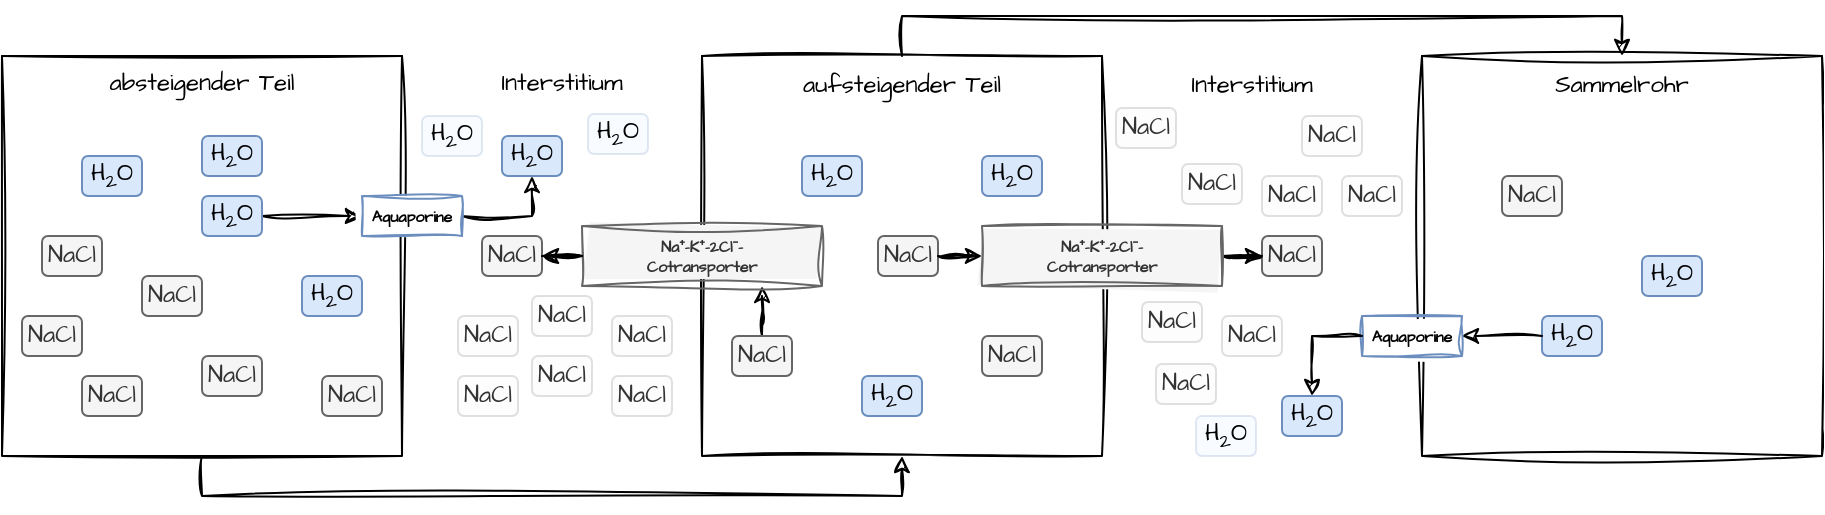
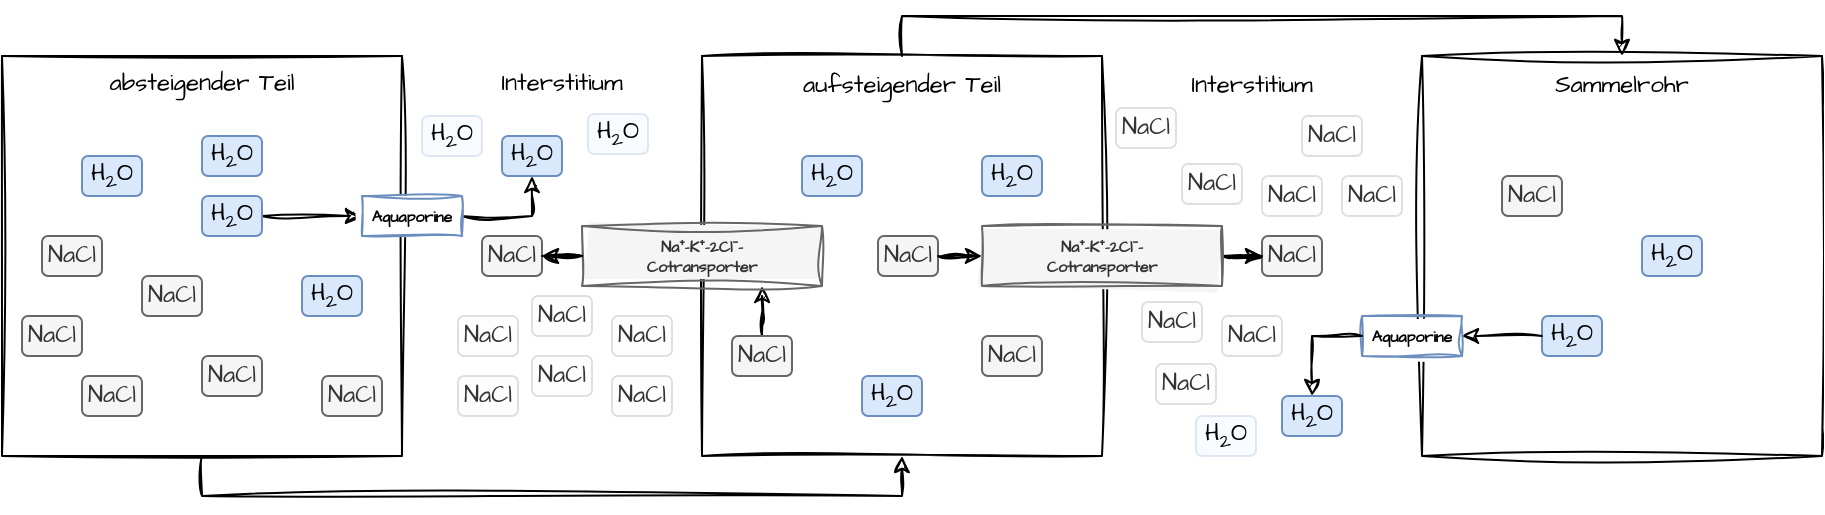
<mxfile host="app.diagrams.net">
  <diagram name="Seite-1" id="uxxyU3lvCbqGK9hLB9Hw">
    <mxGraphModel dx="699" dy="434" grid="1" gridSize="10" guides="1" tooltips="1" connect="1" arrows="1" fold="1" page="1" pageScale="1" pageWidth="1169" pageHeight="1169" math="0" shadow="0">
      <root>
        <mxCell id="0" />
        <mxCell id="1" parent="0" />
        <mxCell id="NigM1D6KVE96F5Tko4Gs-94" edge="1" parent="1" source="NigM1D6KVE96F5Tko4Gs-6" style="edgeStyle=orthogonalEdgeStyle;rounded=0;sketch=1;hachureGap=4;jiggle=2;curveFitting=1;orthogonalLoop=1;jettySize=auto;html=1;entryX=0.5;entryY=1;entryDx=0;entryDy=0;fontFamily=Architects Daughter;fontSource=https%3A%2F%2Ffonts.googleapis.com%2Fcss%3Ffamily%3DArchitects%2BDaughter;exitX=0.5;exitY=1;exitDx=0;exitDy=0;" target="NigM1D6KVE96F5Tko4Gs-12">
          <mxGeometry relative="1" as="geometry" />
        </mxCell>
        <mxCell id="NigM1D6KVE96F5Tko4Gs-6" parent="1" style="swimlane;startSize=0;sketch=1;hachureGap=4;jiggle=2;curveFitting=1;fontFamily=Architects Daughter;fontSource=https%3A%2F%2Ffonts.googleapis.com%2Fcss%3Ffamily%3DArchitects%2BDaughter;" value="" vertex="1">
          <mxGeometry height="200" width="200" x="270" y="130" as="geometry" />
        </mxCell>
        <mxCell id="NigM1D6KVE96F5Tko4Gs-14" parent="NigM1D6KVE96F5Tko4Gs-6" style="text;html=1;whiteSpace=wrap;strokeColor=none;fillColor=none;align=center;verticalAlign=top;rounded=0;fontFamily=Architects Daughter;fontSource=https://fonts.googleapis.com/css?family=Architects+Daughter;" value="absteigender Teil" vertex="1">
          <mxGeometry height="30" width="200" as="geometry" />
        </mxCell>
        <mxCell id="NigM1D6KVE96F5Tko4Gs-55" parent="NigM1D6KVE96F5Tko4Gs-6" style="rounded=1;whiteSpace=wrap;html=1;hachureGap=4;fontFamily=Architects Daughter;fontSource=https://fonts.googleapis.com/css?family=Architects+Daughter;fillColor=#f5f5f5;strokeColor=#666666;fontColor=#333333;" value="NaCl" vertex="1">
          <mxGeometry height="20" width="30" x="70" y="110" as="geometry" />
        </mxCell>
        <mxCell id="NigM1D6KVE96F5Tko4Gs-57" parent="NigM1D6KVE96F5Tko4Gs-6" style="rounded=1;whiteSpace=wrap;html=1;hachureGap=4;fontFamily=Architects Daughter;fontSource=https://fonts.googleapis.com/css?family=Architects+Daughter;fillColor=#f5f5f5;strokeColor=#666666;fontColor=#333333;" value="NaCl" vertex="1">
          <mxGeometry height="20" width="30" x="100" y="150" as="geometry" />
        </mxCell>
        <mxCell id="NigM1D6KVE96F5Tko4Gs-65" parent="NigM1D6KVE96F5Tko4Gs-6" style="rounded=1;whiteSpace=wrap;html=1;hachureGap=4;fontFamily=Architects Daughter;fontSource=https://fonts.googleapis.com/css?family=Architects+Daughter;fillColor=#dae8fc;strokeColor=#6c8ebf;" value="H&lt;sub&gt;2&lt;/sub&gt;O" vertex="1">
          <mxGeometry height="20" width="30" x="150" y="110" as="geometry" />
        </mxCell>
        <mxCell id="NigM1D6KVE96F5Tko4Gs-72" parent="NigM1D6KVE96F5Tko4Gs-6" style="rounded=1;whiteSpace=wrap;html=1;hachureGap=4;fontFamily=Architects Daughter;fontSource=https://fonts.googleapis.com/css?family=Architects+Daughter;fillColor=#f5f5f5;strokeColor=#666666;fontColor=#333333;" value="NaCl" vertex="1">
          <mxGeometry height="20" width="30" x="10" y="130" as="geometry" />
        </mxCell>
        <mxCell id="NigM1D6KVE96F5Tko4Gs-69" parent="NigM1D6KVE96F5Tko4Gs-6" style="rounded=1;whiteSpace=wrap;html=1;hachureGap=4;fontFamily=Architects Daughter;fontSource=https://fonts.googleapis.com/css?family=Architects+Daughter;fillColor=#f5f5f5;strokeColor=#666666;fontColor=#333333;" value="NaCl" vertex="1">
          <mxGeometry height="20" width="30" x="20" y="90" as="geometry" />
        </mxCell>
        <mxCell id="NigM1D6KVE96F5Tko4Gs-12" parent="1" style="swimlane;startSize=0;sketch=1;hachureGap=4;jiggle=2;curveFitting=1;fontFamily=Architects Daughter;fontSource=https://fonts.googleapis.com/css?family=Architects+Daughter;labelBackgroundColor=default;" value="" vertex="1">
          <mxGeometry height="200" width="200" x="620" y="130" as="geometry" />
        </mxCell>
        <mxCell id="NigM1D6KVE96F5Tko4Gs-16" parent="NigM1D6KVE96F5Tko4Gs-12" style="text;html=1;whiteSpace=wrap;strokeColor=none;fillColor=none;align=center;verticalAlign=middle;rounded=0;fontFamily=Architects Daughter;fontSource=https://fonts.googleapis.com/css?family=Architects+Daughter;" value="aufsteigender Teil" vertex="1">
          <mxGeometry height="30" width="200" as="geometry" />
        </mxCell>
        <mxCell id="NigM1D6KVE96F5Tko4Gs-28" parent="NigM1D6KVE96F5Tko4Gs-12" style="rounded=1;whiteSpace=wrap;html=1;hachureGap=4;fontFamily=Architects Daughter;fontSource=https%3A%2F%2Ffonts.googleapis.com%2Fcss%3Ffamily%3DArchitects%2BDaughter;fillColor=#dae8fc;strokeColor=#6c8ebf;" value="H&lt;sub&gt;2&lt;/sub&gt;O" vertex="1">
          <mxGeometry height="20" width="30" x="50" y="50" as="geometry" />
        </mxCell>
        <mxCell id="NigM1D6KVE96F5Tko4Gs-29" parent="NigM1D6KVE96F5Tko4Gs-12" style="rounded=1;whiteSpace=wrap;html=1;hachureGap=4;fontFamily=Architects Daughter;fontSource=https://fonts.googleapis.com/css?family=Architects+Daughter;fillColor=#f5f5f5;strokeColor=#666666;fontColor=#333333;" value="NaCl" vertex="1">
          <mxGeometry height="20" width="30" x="88" y="90" as="geometry" />
        </mxCell>
        <mxCell id="NigM1D6KVE96F5Tko4Gs-35" edge="1" parent="NigM1D6KVE96F5Tko4Gs-12" source="NigM1D6KVE96F5Tko4Gs-31" style="edgeStyle=orthogonalEdgeStyle;rounded=0;sketch=1;hachureGap=4;jiggle=2;curveFitting=1;orthogonalLoop=1;jettySize=auto;html=1;entryX=0.75;entryY=1;entryDx=0;entryDy=0;fontFamily=Architects Daughter;fontSource=https%3A%2F%2Ffonts.googleapis.com%2Fcss%3Ffamily%3DArchitects%2BDaughter;" target="NigM1D6KVE96F5Tko4Gs-32">
          <mxGeometry relative="1" as="geometry" />
        </mxCell>
        <mxCell id="NigM1D6KVE96F5Tko4Gs-31" parent="NigM1D6KVE96F5Tko4Gs-12" style="rounded=1;whiteSpace=wrap;html=1;hachureGap=4;fontFamily=Architects Daughter;fontSource=https://fonts.googleapis.com/css?family=Architects+Daughter;fillColor=#f5f5f5;strokeColor=#666666;fontColor=#333333;" value="NaCl" vertex="1">
          <mxGeometry height="20" width="30" x="15" y="140" as="geometry" />
        </mxCell>
        <mxCell id="NigM1D6KVE96F5Tko4Gs-32" parent="NigM1D6KVE96F5Tko4Gs-12" style="whiteSpace=wrap;html=1;sketch=1;hachureGap=4;jiggle=2;curveFitting=1;fontFamily=Architects Daughter;fontSource=https%3A%2F%2Ffonts.googleapis.com%2Fcss%3Ffamily%3DArchitects%2BDaughter;fontSize=8;fontStyle=1;labelBackgroundColor=none;fillColor=#f5f5f5;fontColor=#333333;strokeColor=#666666;fillStyle=solid;" value="&lt;span&gt;Na⁺-K⁺-2Cl⁻-&lt;br&gt;Cotransporter&lt;/span&gt;" vertex="1">
          <mxGeometry height="30" width="120" x="-60" y="85" as="geometry" />
        </mxCell>
        <mxCell id="NigM1D6KVE96F5Tko4Gs-37" parent="NigM1D6KVE96F5Tko4Gs-12" style="rounded=1;whiteSpace=wrap;html=1;hachureGap=4;fontFamily=Architects Daughter;fontSource=https://fonts.googleapis.com/css?family=Architects+Daughter;fillColor=#dae8fc;strokeColor=#6c8ebf;" value="H&lt;sub&gt;2&lt;/sub&gt;O" vertex="1">
          <mxGeometry height="20" width="30" x="80" y="160" as="geometry" />
        </mxCell>
        <mxCell id="NigM1D6KVE96F5Tko4Gs-36" parent="NigM1D6KVE96F5Tko4Gs-12" style="rounded=1;whiteSpace=wrap;html=1;hachureGap=4;fontFamily=Architects Daughter;fontSource=https://fonts.googleapis.com/css?family=Architects+Daughter;fillColor=#dae8fc;strokeColor=#6c8ebf;" value="H&lt;sub&gt;2&lt;/sub&gt;O" vertex="1">
          <mxGeometry height="20" width="30" x="140" y="50" as="geometry" />
        </mxCell>
        <mxCell id="NigM1D6KVE96F5Tko4Gs-92" parent="NigM1D6KVE96F5Tko4Gs-12" style="rounded=1;whiteSpace=wrap;html=1;hachureGap=4;fontFamily=Architects Daughter;fontSource=https://fonts.googleapis.com/css?family=Architects+Daughter;fillColor=#f5f5f5;strokeColor=#666666;fontColor=#333333;" value="NaCl" vertex="1">
          <mxGeometry height="20" width="30" x="140" y="140" as="geometry" />
        </mxCell>
        <mxCell id="NigM1D6KVE96F5Tko4Gs-17" parent="1" style="swimlane;startSize=0;sketch=1;hachureGap=4;jiggle=2;curveFitting=1;fontFamily=Architects Daughter;fontSource=https://fonts.googleapis.com/css?family=Architects+Daughter;labelBackgroundColor=default;" value="" vertex="1">
          <mxGeometry height="200" width="200" x="980" y="130" as="geometry" />
        </mxCell>
        <mxCell id="NigM1D6KVE96F5Tko4Gs-18" parent="NigM1D6KVE96F5Tko4Gs-17" style="text;html=1;whiteSpace=wrap;strokeColor=none;fillColor=none;align=center;verticalAlign=middle;rounded=0;fontFamily=Architects Daughter;fontSource=https://fonts.googleapis.com/css?family=Architects+Daughter;" value="Sammelrohr" vertex="1">
          <mxGeometry height="30" width="200" as="geometry" />
        </mxCell>
        <mxCell id="NigM1D6KVE96F5Tko4Gs-67" parent="NigM1D6KVE96F5Tko4Gs-17" style="whiteSpace=wrap;html=1;sketch=1;hachureGap=4;jiggle=2;curveFitting=1;fontFamily=Architects Daughter;fontSource=https://fonts.googleapis.com/css?family=Architects+Daughter;fontSize=8;fontStyle=1;fillColor=default;strokeColor=#6c8ebf;fillStyle=solid;" value="Aquaporine" vertex="1">
          <mxGeometry height="20" width="50" x="-30" y="130" as="geometry" />
        </mxCell>
        <mxCell id="NigM1D6KVE96F5Tko4Gs-91" parent="NigM1D6KVE96F5Tko4Gs-17" style="rounded=1;whiteSpace=wrap;html=1;hachureGap=4;fontFamily=Architects Daughter;fontSource=https://fonts.googleapis.com/css?family=Architects+Daughter;fillColor=#f5f5f5;strokeColor=#666666;fontColor=#333333;" value="NaCl" vertex="1">
          <mxGeometry height="20" width="30" x="40" y="60" as="geometry" />
        </mxCell>
        <mxCell id="NigM1D6KVE96F5Tko4Gs-68" parent="NigM1D6KVE96F5Tko4Gs-17" style="rounded=1;whiteSpace=wrap;html=1;hachureGap=4;fontFamily=Architects Daughter;fontSource=https://fonts.googleapis.com/css?family=Architects+Daughter;fillColor=#dae8fc;strokeColor=#6c8ebf;" value="H&lt;sub&gt;2&lt;/sub&gt;O" vertex="1">
          <mxGeometry height="20" width="30" x="60" y="130" as="geometry" />
        </mxCell>
        <mxCell id="NigM1D6KVE96F5Tko4Gs-87" edge="1" parent="NigM1D6KVE96F5Tko4Gs-17" source="NigM1D6KVE96F5Tko4Gs-68" style="edgeStyle=orthogonalEdgeStyle;rounded=0;sketch=1;hachureGap=4;jiggle=2;curveFitting=1;orthogonalLoop=1;jettySize=auto;html=1;entryX=1;entryY=0.5;entryDx=0;entryDy=0;fontFamily=Architects Daughter;fontSource=https%3A%2F%2Ffonts.googleapis.com%2Fcss%3Ffamily%3DArchitects%2BDaughter;" target="NigM1D6KVE96F5Tko4Gs-67">
          <mxGeometry relative="1" as="geometry" />
        </mxCell>
        <mxCell id="NigM1D6KVE96F5Tko4Gs-95" parent="NigM1D6KVE96F5Tko4Gs-17" style="rounded=1;whiteSpace=wrap;html=1;hachureGap=4;fontFamily=Architects Daughter;fontSource=https://fonts.googleapis.com/css?family=Architects+Daughter;fillColor=#dae8fc;strokeColor=#6c8ebf;" value="H&lt;sub&gt;2&lt;/sub&gt;O" vertex="1">
-           <mxGeometry height="20" width="30" x="110" y="100" as="geometry" />
+           <mxGeometry height="20" width="30" x="110" y="90" as="geometry" />
        </mxCell>
        <mxCell id="NigM1D6KVE96F5Tko4Gs-24" edge="1" parent="1" source="NigM1D6KVE96F5Tko4Gs-16" style="edgeStyle=orthogonalEdgeStyle;rounded=0;sketch=1;hachureGap=4;jiggle=2;curveFitting=1;orthogonalLoop=1;jettySize=auto;html=1;entryX=0.5;entryY=0;entryDx=0;entryDy=0;fontFamily=Architects Daughter;fontSource=https%3A%2F%2Ffonts.googleapis.com%2Fcss%3Ffamily%3DArchitects%2BDaughter;exitX=0.5;exitY=0;exitDx=0;exitDy=0;" target="NigM1D6KVE96F5Tko4Gs-17">
          <mxGeometry relative="1" as="geometry" />
        </mxCell>
        <mxCell id="NigM1D6KVE96F5Tko4Gs-38" parent="1" style="rounded=1;whiteSpace=wrap;html=1;hachureGap=4;fontFamily=Architects Daughter;fontSource=https://fonts.googleapis.com/css?family=Architects+Daughter;fillColor=#f5f5f5;strokeColor=#666666;fontColor=#333333;opacity=20;" value="NaCl" vertex="1">
          <mxGeometry height="20" width="30" x="535" y="280" as="geometry" />
        </mxCell>
        <mxCell id="NigM1D6KVE96F5Tko4Gs-39" parent="1" style="rounded=1;whiteSpace=wrap;html=1;hachureGap=4;fontFamily=Architects Daughter;fontSource=https://fonts.googleapis.com/css?family=Architects+Daughter;fillColor=#f5f5f5;strokeColor=#666666;fontColor=#333333;" value="NaCl" vertex="1">
          <mxGeometry height="20" width="30" x="510" y="220" as="geometry" />
        </mxCell>
        <mxCell id="NigM1D6KVE96F5Tko4Gs-40" parent="1" style="rounded=1;whiteSpace=wrap;html=1;hachureGap=4;fontFamily=Architects Daughter;fontSource=https://fonts.googleapis.com/css?family=Architects+Daughter;fillColor=#f5f5f5;strokeColor=#666666;fontColor=#333333;opacity=20;" value="NaCl" vertex="1">
          <mxGeometry height="20" width="30" x="575" y="260" as="geometry" />
        </mxCell>
        <mxCell id="NigM1D6KVE96F5Tko4Gs-41" parent="1" style="rounded=1;whiteSpace=wrap;html=1;hachureGap=4;fontFamily=Architects Daughter;fontSource=https://fonts.googleapis.com/css?family=Architects+Daughter;fillColor=#f5f5f5;strokeColor=#666666;fontColor=#333333;opacity=20;" value="NaCl" vertex="1">
          <mxGeometry height="20" width="30" x="535" y="250" as="geometry" />
        </mxCell>
        <mxCell id="NigM1D6KVE96F5Tko4Gs-42" edge="1" parent="1" source="NigM1D6KVE96F5Tko4Gs-32" style="edgeStyle=orthogonalEdgeStyle;rounded=0;sketch=1;hachureGap=4;jiggle=2;curveFitting=1;orthogonalLoop=1;jettySize=auto;html=1;entryX=1;entryY=0.5;entryDx=0;entryDy=0;fontFamily=Architects Daughter;fontSource=https%3A%2F%2Ffonts.googleapis.com%2Fcss%3Ffamily%3DArchitects%2BDaughter;" target="NigM1D6KVE96F5Tko4Gs-39">
          <mxGeometry relative="1" as="geometry" />
        </mxCell>
        <mxCell id="NigM1D6KVE96F5Tko4Gs-47" parent="1" style="rounded=1;whiteSpace=wrap;html=1;hachureGap=4;fontFamily=Architects Daughter;fontSource=https://fonts.googleapis.com/css?family=Architects+Daughter;fillColor=#f5f5f5;strokeColor=#666666;fontColor=#333333;" value="NaCl" vertex="1">
          <mxGeometry height="20" width="30" x="900" y="220" as="geometry" />
        </mxCell>
        <mxCell id="NigM1D6KVE96F5Tko4Gs-48" parent="1" style="rounded=1;whiteSpace=wrap;html=1;hachureGap=4;fontFamily=Architects Daughter;fontSource=https://fonts.googleapis.com/css?family=Architects+Daughter;fillColor=#f5f5f5;strokeColor=#666666;fontColor=#333333;opacity=20;" value="NaCl" vertex="1">
          <mxGeometry height="20" width="30" x="920" y="160" as="geometry" />
        </mxCell>
        <mxCell id="NigM1D6KVE96F5Tko4Gs-49" parent="1" style="rounded=1;whiteSpace=wrap;html=1;hachureGap=4;fontFamily=Architects Daughter;fontSource=https://fonts.googleapis.com/css?family=Architects+Daughter;fillColor=#f5f5f5;strokeColor=#666666;fontColor=#333333;opacity=20;" value="NaCl" vertex="1">
          <mxGeometry height="20" width="30" x="880" y="260" as="geometry" />
        </mxCell>
        <mxCell id="NigM1D6KVE96F5Tko4Gs-50" parent="1" style="rounded=1;whiteSpace=wrap;html=1;hachureGap=4;fontFamily=Architects Daughter;fontSource=https://fonts.googleapis.com/css?family=Architects+Daughter;fillColor=#f5f5f5;strokeColor=#666666;fontColor=#333333;opacity=20;" value="&lt;div&gt;NaCl&lt;/div&gt;" vertex="1">
          <mxGeometry height="20" width="30" x="860" y="184" as="geometry" />
        </mxCell>
        <mxCell id="NigM1D6KVE96F5Tko4Gs-51" edge="1" parent="1" source="NigM1D6KVE96F5Tko4Gs-44" style="edgeStyle=orthogonalEdgeStyle;rounded=0;sketch=1;hachureGap=4;jiggle=2;curveFitting=1;orthogonalLoop=1;jettySize=auto;html=1;entryX=0;entryY=0.5;entryDx=0;entryDy=0;fontFamily=Architects Daughter;fontSource=https%3A%2F%2Ffonts.googleapis.com%2Fcss%3Ffamily%3DArchitects%2BDaughter;" target="NigM1D6KVE96F5Tko4Gs-47">
          <mxGeometry relative="1" as="geometry" />
        </mxCell>
        <mxCell id="NigM1D6KVE96F5Tko4Gs-54" parent="1" style="rounded=1;whiteSpace=wrap;html=1;hachureGap=4;fontFamily=Architects Daughter;fontSource=https://fonts.googleapis.com/css?family=Architects+Daughter;fillColor=#dae8fc;strokeColor=#6c8ebf;" value="H&lt;sub&gt;2&lt;/sub&gt;O" vertex="1">
          <mxGeometry height="20" width="30" x="310" y="180" as="geometry" />
        </mxCell>
        <mxCell id="NigM1D6KVE96F5Tko4Gs-59" edge="1" parent="1" source="NigM1D6KVE96F5Tko4Gs-56" style="edgeStyle=orthogonalEdgeStyle;rounded=0;sketch=1;hachureGap=4;jiggle=2;curveFitting=1;orthogonalLoop=1;jettySize=auto;html=1;entryX=0;entryY=0.5;entryDx=0;entryDy=0;fontFamily=Architects Daughter;fontSource=https%3A%2F%2Ffonts.googleapis.com%2Fcss%3Ffamily%3DArchitects%2BDaughter;" target="NigM1D6KVE96F5Tko4Gs-53">
          <mxGeometry relative="1" as="geometry" />
        </mxCell>
        <mxCell id="NigM1D6KVE96F5Tko4Gs-56" parent="1" style="rounded=1;whiteSpace=wrap;html=1;hachureGap=4;fontFamily=Architects Daughter;fontSource=https://fonts.googleapis.com/css?family=Architects+Daughter;fillColor=#dae8fc;strokeColor=#6c8ebf;" value="H&lt;sub&gt;2&lt;/sub&gt;O" vertex="1">
          <mxGeometry height="20" width="30" x="370" y="200" as="geometry" />
        </mxCell>
        <mxCell id="NigM1D6KVE96F5Tko4Gs-60" parent="1" style="rounded=1;whiteSpace=wrap;html=1;hachureGap=4;fontFamily=Architects Daughter;fontSource=https://fonts.googleapis.com/css?family=Architects+Daughter;fillColor=#dae8fc;strokeColor=#6c8ebf;" value="H&lt;sub&gt;2&lt;/sub&gt;O" vertex="1">
          <mxGeometry height="20" width="30" x="520" y="170" as="geometry" />
        </mxCell>
        <mxCell id="NigM1D6KVE96F5Tko4Gs-61" edge="1" parent="1" source="NigM1D6KVE96F5Tko4Gs-53" style="edgeStyle=orthogonalEdgeStyle;rounded=0;sketch=1;hachureGap=4;jiggle=2;curveFitting=1;orthogonalLoop=1;jettySize=auto;html=1;entryX=0.5;entryY=1;entryDx=0;entryDy=0;fontFamily=Architects Daughter;fontSource=https%3A%2F%2Ffonts.googleapis.com%2Fcss%3Ffamily%3DArchitects%2BDaughter;" target="NigM1D6KVE96F5Tko4Gs-60">
          <mxGeometry relative="1" as="geometry" />
        </mxCell>
        <mxCell id="NigM1D6KVE96F5Tko4Gs-62" parent="1" style="rounded=1;whiteSpace=wrap;html=1;hachureGap=4;fontFamily=Architects Daughter;fontSource=https://fonts.googleapis.com/css?family=Architects+Daughter;fillColor=#dae8fc;strokeColor=#6c8ebf;opacity=20;" value="H&lt;sub&gt;2&lt;/sub&gt;O" vertex="1">
          <mxGeometry height="20" width="30" x="563" y="159" as="geometry" />
        </mxCell>
        <mxCell id="NigM1D6KVE96F5Tko4Gs-63" parent="1" style="rounded=1;whiteSpace=wrap;html=1;hachureGap=4;fontFamily=Architects Daughter;fontSource=https://fonts.googleapis.com/css?family=Architects+Daughter;fillColor=#dae8fc;strokeColor=#6c8ebf;opacity=20;" value="H&lt;sub&gt;2&lt;/sub&gt;O" vertex="1">
          <mxGeometry height="20" width="30" x="480" y="160" as="geometry" />
        </mxCell>
        <mxCell id="NigM1D6KVE96F5Tko4Gs-64" parent="1" style="rounded=1;whiteSpace=wrap;html=1;hachureGap=4;fontFamily=Architects Daughter;fontSource=https://fonts.googleapis.com/css?family=Architects+Daughter;fillColor=#dae8fc;strokeColor=#6c8ebf;" value="H&lt;sub&gt;2&lt;/sub&gt;O" vertex="1">
          <mxGeometry height="20" width="30" x="370" y="170" as="geometry" />
        </mxCell>
        <mxCell id="NigM1D6KVE96F5Tko4Gs-70" parent="1" style="rounded=1;whiteSpace=wrap;html=1;hachureGap=4;fontFamily=Architects Daughter;fontSource=https://fonts.googleapis.com/css?family=Architects+Daughter;fillColor=#f5f5f5;strokeColor=#666666;fontColor=#333333;" value="NaCl" vertex="1">
          <mxGeometry height="20" width="30" x="310" y="290" as="geometry" />
        </mxCell>
        <mxCell id="NigM1D6KVE96F5Tko4Gs-71" parent="1" style="rounded=1;whiteSpace=wrap;html=1;hachureGap=4;fontFamily=Architects Daughter;fontSource=https://fonts.googleapis.com/css?family=Architects+Daughter;fillColor=#f5f5f5;strokeColor=#666666;fontColor=#333333;" value="NaCl" vertex="1">
          <mxGeometry height="20" width="30" x="430" y="290" as="geometry" />
        </mxCell>
        <mxCell id="NigM1D6KVE96F5Tko4Gs-53" parent="1" style="whiteSpace=wrap;html=1;sketch=1;hachureGap=4;jiggle=2;curveFitting=1;fontFamily=Architects Daughter;fontSource=https://fonts.googleapis.com/css?family=Architects+Daughter;fontSize=8;fontStyle=1;fillColor=default;strokeColor=#6c8ebf;fillStyle=solid;" value="Aquaporine" vertex="1">
          <mxGeometry height="20" width="50" x="450" y="200" as="geometry" />
        </mxCell>
        <mxCell id="NigM1D6KVE96F5Tko4Gs-89" parent="1" style="rounded=1;whiteSpace=wrap;html=1;hachureGap=4;fontFamily=Architects Daughter;fontSource=https://fonts.googleapis.com/css?family=Architects+Daughter;fillColor=#dae8fc;strokeColor=#6c8ebf;" value="H&lt;sub&gt;2&lt;/sub&gt;O" vertex="1">
          <mxGeometry height="20" width="30" x="910" y="300" as="geometry" />
        </mxCell>
        <mxCell id="NigM1D6KVE96F5Tko4Gs-90" edge="1" parent="1" source="NigM1D6KVE96F5Tko4Gs-67" style="edgeStyle=orthogonalEdgeStyle;rounded=0;sketch=1;hachureGap=4;jiggle=2;curveFitting=1;orthogonalLoop=1;jettySize=auto;html=1;fontFamily=Architects Daughter;fontSource=https%3A%2F%2Ffonts.googleapis.com%2Fcss%3Ffamily%3DArchitects%2BDaughter;" target="NigM1D6KVE96F5Tko4Gs-89">
          <mxGeometry relative="1" as="geometry" />
        </mxCell>
        <mxCell id="NigM1D6KVE96F5Tko4Gs-96" parent="1" style="rounded=1;whiteSpace=wrap;html=1;hachureGap=4;fontFamily=Architects Daughter;fontSource=https://fonts.googleapis.com/css?family=Architects+Daughter;fillColor=#f5f5f5;strokeColor=#666666;fontColor=#333333;opacity=20;" value="NaCl" vertex="1">
          <mxGeometry height="20" width="30" x="575" y="290" as="geometry" />
        </mxCell>
        <mxCell id="NigM1D6KVE96F5Tko4Gs-102" parent="1" style="rounded=1;whiteSpace=wrap;html=1;hachureGap=4;fontFamily=Architects Daughter;fontSource=https://fonts.googleapis.com/css?family=Architects+Daughter;fillColor=#f5f5f5;strokeColor=#666666;fontColor=#333333;opacity=20;" value="NaCl" vertex="1">
          <mxGeometry height="20" width="30" x="498" y="260" as="geometry" />
        </mxCell>
        <mxCell id="NigM1D6KVE96F5Tko4Gs-103" parent="1" style="rounded=1;whiteSpace=wrap;html=1;hachureGap=4;fontFamily=Architects Daughter;fontSource=https://fonts.googleapis.com/css?family=Architects+Daughter;fillColor=#f5f5f5;strokeColor=#666666;fontColor=#333333;opacity=20;" value="NaCl" vertex="1">
          <mxGeometry height="20" width="30" x="498" y="290" as="geometry" />
        </mxCell>
        <mxCell id="NigM1D6KVE96F5Tko4Gs-44" parent="1" style="whiteSpace=wrap;html=1;sketch=1;hachureGap=4;jiggle=2;curveFitting=1;fontFamily=Architects Daughter;fontSource=https://fonts.googleapis.com/css?family=Architects+Daughter;fontSize=8;fontStyle=1;fillColor=#f5f5f5;fontColor=#333333;strokeColor=#666666;fillStyle=solid;" value="Na⁺-K⁺-2Cl⁻-&lt;br&gt;Cotransporter" vertex="1">
          <mxGeometry height="30" width="120" x="760" y="215" as="geometry" />
        </mxCell>
        <mxCell id="NigM1D6KVE96F5Tko4Gs-46" edge="1" parent="1" source="NigM1D6KVE96F5Tko4Gs-29" style="edgeStyle=orthogonalEdgeStyle;rounded=0;sketch=1;hachureGap=4;jiggle=2;curveFitting=1;orthogonalLoop=1;jettySize=auto;html=1;fontFamily=Architects Daughter;fontSource=https%3A%2F%2Ffonts.googleapis.com%2Fcss%3Ffamily%3DArchitects%2BDaughter;" target="NigM1D6KVE96F5Tko4Gs-44">
          <mxGeometry relative="1" as="geometry" />
        </mxCell>
        <mxCell id="NigM1D6KVE96F5Tko4Gs-106" parent="1" style="rounded=1;whiteSpace=wrap;html=1;hachureGap=4;fontFamily=Architects Daughter;fontSource=https://fonts.googleapis.com/css?family=Architects+Daughter;fillColor=#f5f5f5;strokeColor=#666666;fontColor=#333333;opacity=20;" value="&lt;div&gt;NaCl&lt;/div&gt;" vertex="1">
          <mxGeometry height="20" width="30" x="940" y="190" as="geometry" />
        </mxCell>
        <mxCell id="NigM1D6KVE96F5Tko4Gs-107" parent="1" style="rounded=1;whiteSpace=wrap;html=1;hachureGap=4;fontFamily=Architects Daughter;fontSource=https://fonts.googleapis.com/css?family=Architects+Daughter;fillColor=#f5f5f5;strokeColor=#666666;fontColor=#333333;opacity=20;" value="&lt;div&gt;NaCl&lt;/div&gt;" vertex="1">
          <mxGeometry height="20" width="30" x="900" y="190" as="geometry" />
        </mxCell>
        <mxCell id="NigM1D6KVE96F5Tko4Gs-108" parent="1" style="rounded=1;whiteSpace=wrap;html=1;hachureGap=4;fontFamily=Architects Daughter;fontSource=https://fonts.googleapis.com/css?family=Architects+Daughter;fillColor=#f5f5f5;strokeColor=#666666;fontColor=#333333;opacity=20;" value="&lt;div&gt;NaCl&lt;/div&gt;" vertex="1">
          <mxGeometry height="20" width="30" x="827" y="156" as="geometry" />
        </mxCell>
        <mxCell id="NigM1D6KVE96F5Tko4Gs-109" parent="1" style="rounded=1;whiteSpace=wrap;html=1;hachureGap=4;fontFamily=Architects Daughter;fontSource=https://fonts.googleapis.com/css?family=Architects+Daughter;fillColor=#f5f5f5;strokeColor=#666666;fontColor=#333333;opacity=20;" value="&lt;div&gt;NaCl&lt;/div&gt;" vertex="1">
          <mxGeometry height="20" width="30" x="840" y="253" as="geometry" />
        </mxCell>
        <mxCell id="NigM1D6KVE96F5Tko4Gs-110" parent="1" style="rounded=1;whiteSpace=wrap;html=1;hachureGap=4;fontFamily=Architects Daughter;fontSource=https://fonts.googleapis.com/css?family=Architects+Daughter;fillColor=#f5f5f5;strokeColor=#666666;fontColor=#333333;opacity=20;" value="&lt;div&gt;NaCl&lt;/div&gt;" vertex="1">
          <mxGeometry height="20" width="30" x="847" y="284" as="geometry" />
        </mxCell>
        <mxCell id="NigM1D6KVE96F5Tko4Gs-112" parent="1" style="text;html=1;whiteSpace=wrap;strokeColor=none;fillColor=none;align=center;verticalAlign=middle;rounded=0;fontFamily=Architects Daughter;fontSource=https%3A%2F%2Ffonts.googleapis.com%2Fcss%3Ffamily%3DArchitects%2BDaughter;" value="Interstitium" vertex="1">
          <mxGeometry height="30" width="60" x="520" y="129" as="geometry" />
        </mxCell>
        <mxCell id="NigM1D6KVE96F5Tko4Gs-113" parent="1" style="text;html=1;whiteSpace=wrap;strokeColor=none;fillColor=none;align=center;verticalAlign=middle;rounded=0;fontFamily=Architects Daughter;fontSource=https://fonts.googleapis.com/css?family=Architects+Daughter;" value="Interstitium" vertex="1">
          <mxGeometry height="30" width="60" x="865" y="130" as="geometry" />
        </mxCell>
        <mxCell id="NigM1D6KVE96F5Tko4Gs-115" parent="1" style="rounded=1;whiteSpace=wrap;html=1;hachureGap=4;fontFamily=Architects Daughter;fontSource=https://fonts.googleapis.com/css?family=Architects+Daughter;fillColor=#dae8fc;strokeColor=#6c8ebf;opacity=20;" value="H&lt;sub&gt;2&lt;/sub&gt;O" vertex="1">
          <mxGeometry height="20" width="30" x="867" y="310" as="geometry" />
        </mxCell>
      </root>
    </mxGraphModel>
  </diagram>
</mxfile>
